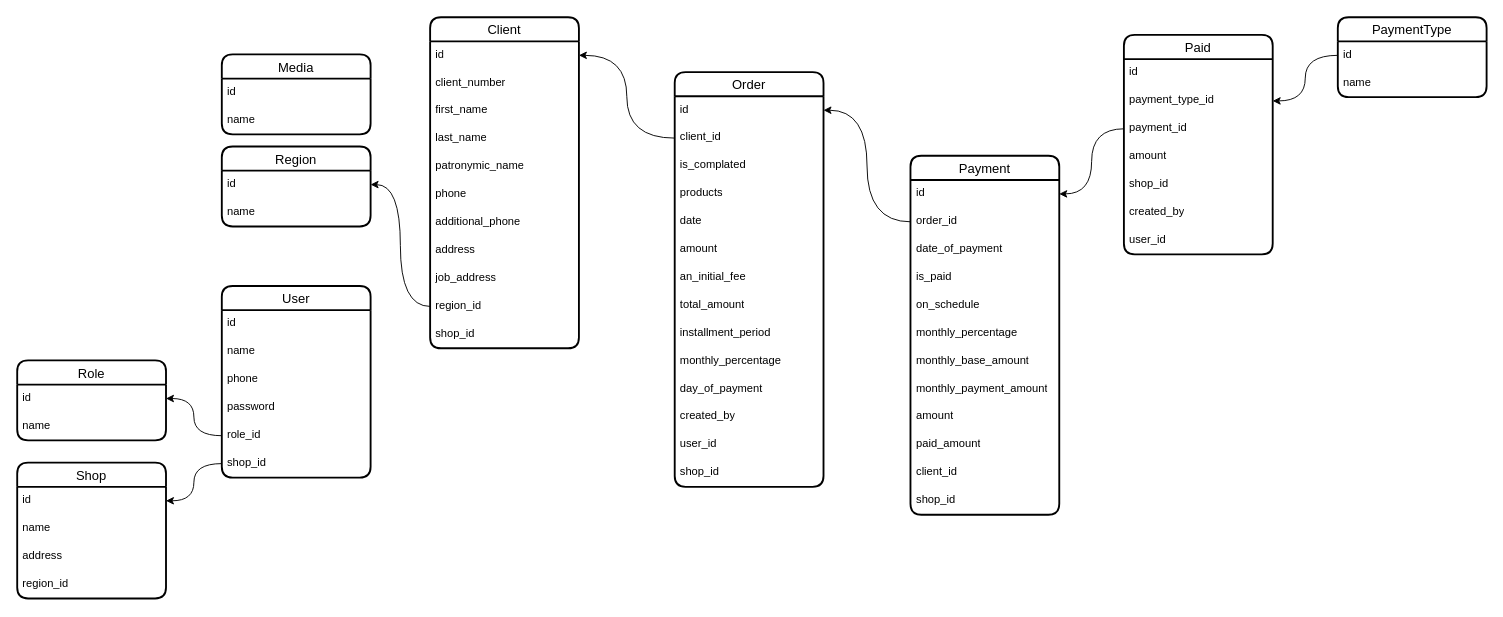
The draw.io diagram karsoft-payment.drawio in iztileuoff/databases, before the edit. Source tidied: cells renumbered, new cells numbered last; positions are measured from the earlier drawing's top-left corner, leaving out a move shared by most shapes. Both pictures are drawn from the tidied source at 93%, with x=0, y=0 at pixel (17, 17).
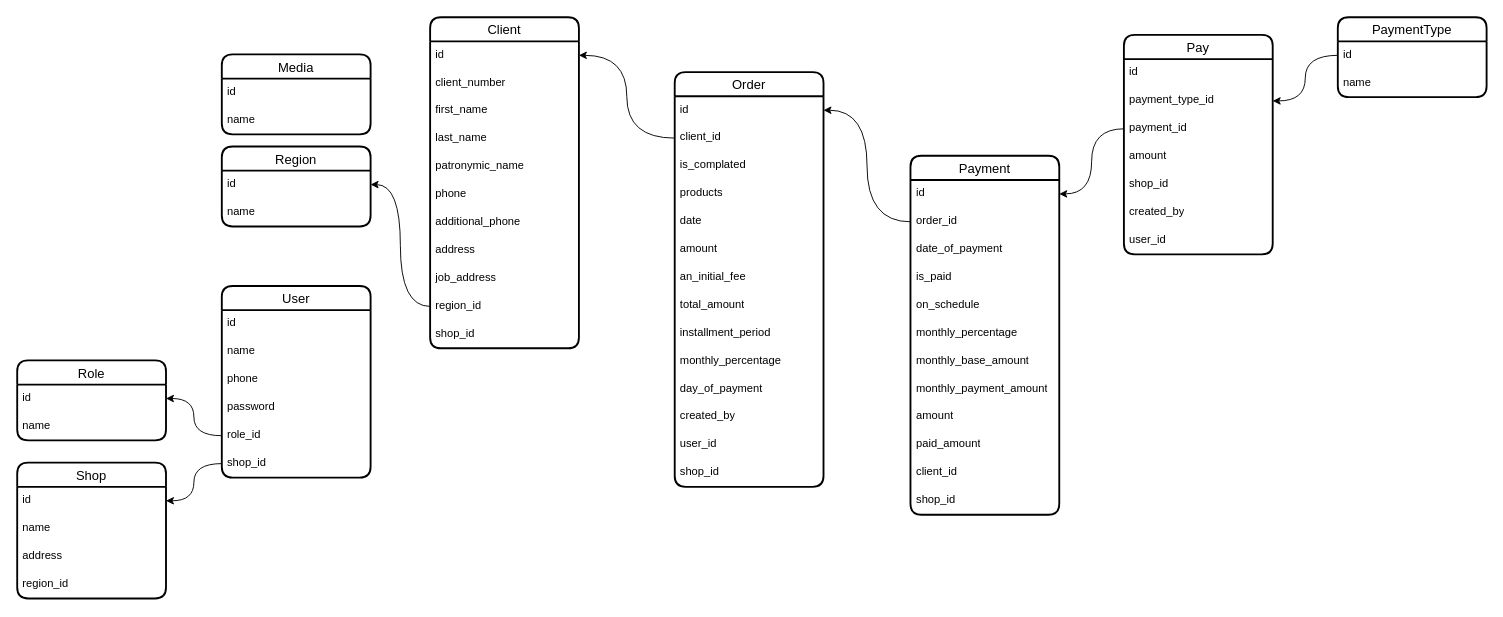
The same diagram, later.

Change to the diagram source:
```diff
@@
-    <mxCell id="70" value="Paid" style="swimlane;fontStyle=0;horizontal=1;startSize=26;align=center;fontSize=14;strokeWidth=2;rounded=1;shadow=0;glass=0;swimlaneLine=1;" parent="1" vertex="1">
+    <mxCell id="70" value="Pay" style="swimlane;fontStyle=0;horizontal=1;startSize=26;align=center;fontSize=14;strokeWidth=2;rounded=1;shadow=0;glass=0;swimlaneLine=1;" parent="1" vertex="1">
       <mxGeometry x="1190" y="19" width="160" height="236" as="geometry" />
     </mxCell>
```
